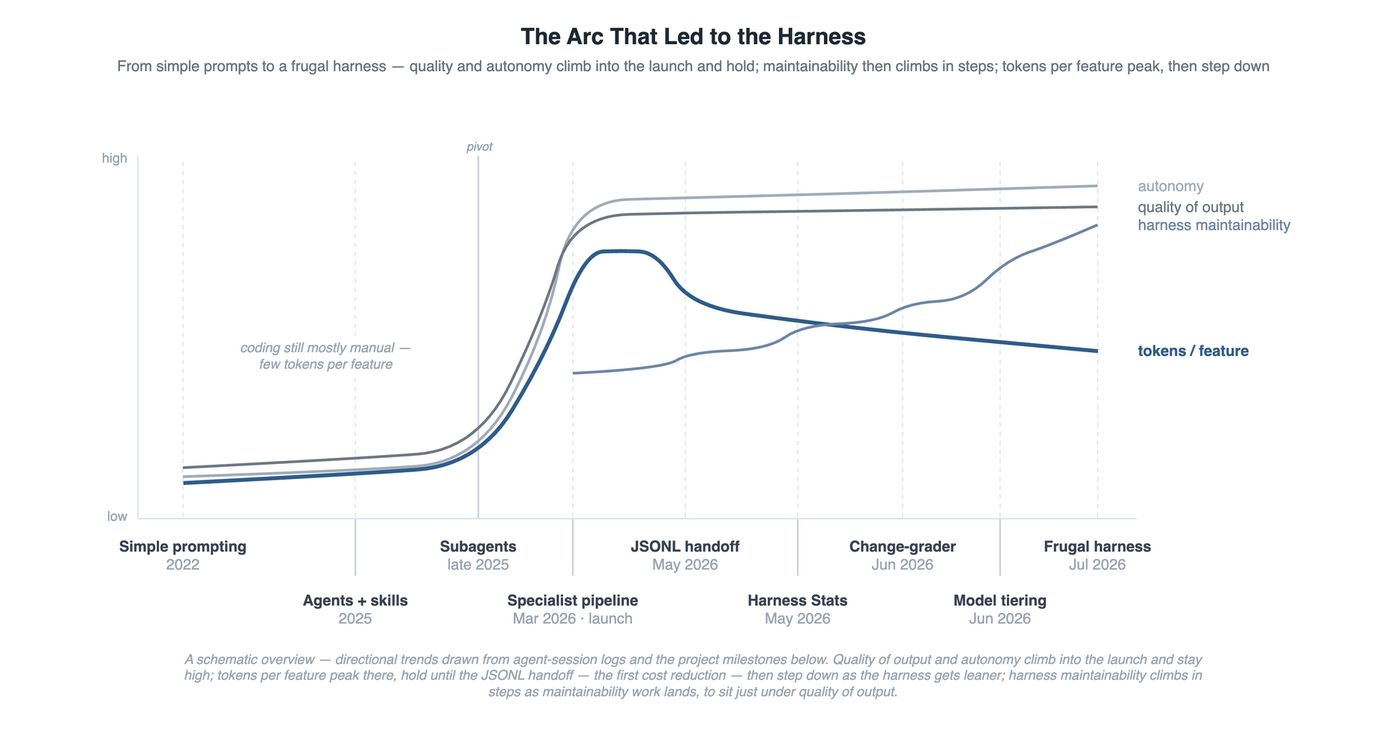
The draw.io diagram docs/images/research-arc.drawio.png in woditschka/agentic-coding-reference, before a commit. Source tidied: cells renumbered, new cells last; positions are measured from the earlier drawing's top-left corner, leaving out a move shared by most shapes.
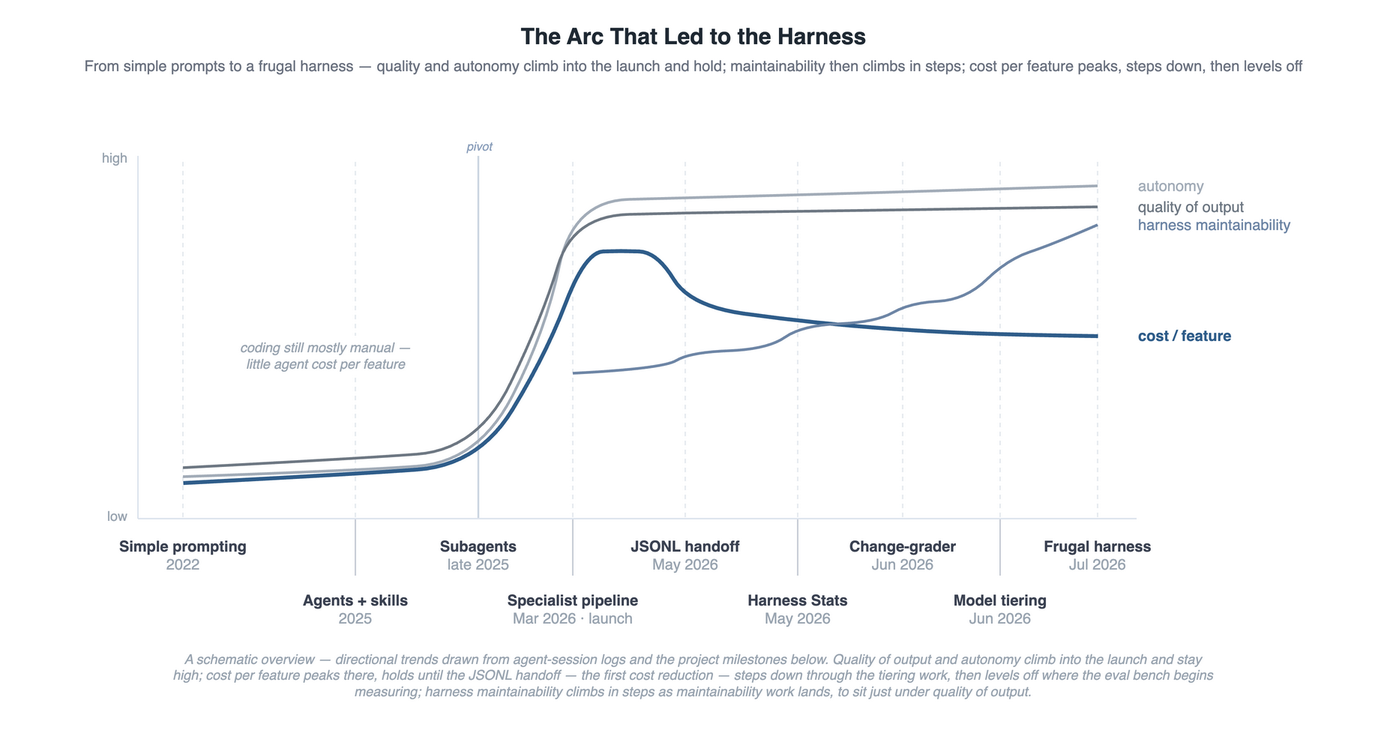
Above is the later version.

Change to the diagram source:
```diff
@@ -5,7 +5,7 @@
     <mxCell id="2" value="The Arc That Led to the Harness" style="text;html=1;align=center;verticalAlign=middle;fontSize=15;fontStyle=1;fontColor=#1F2933;" parent="1" vertex="1">
       <mxGeometry width="900" height="24" as="geometry" />
     </mxCell>
-    <mxCell id="3" value="From simple prompts to a frugal harness — quality and autonomy climb into the launch and hold; maintainability then climbs in steps; tokens per feature peak, then step down" style="text;html=1;align=center;verticalAlign=middle;fontSize=10;fontColor=#6B7280;" parent="1" vertex="1">
+    <mxCell id="3" value="From simple prompts to a frugal harness — quality and autonomy climb into the launch and hold; maintainability then climbs in steps; cost per feature peaks, steps down, then levels off" style="text;html=1;align=center;verticalAlign=middle;fontSize=10;fontColor=#6B7280;" parent="1" vertex="1">
       <mxGeometry y="25" width="900" height="14" as="geometry" />
     </mxCell>
     <mxCell id="4" style="endArrow=none;startArrow=none;html=1;strokeColor=#E7EBF0;strokeWidth=1;dashed=1;dashPattern=3 3;" parent="1" edge="1">
@@ -142,7 +142,7 @@
     <mxCell id="24" style="edgeStyle=none;curved=1;html=1;endArrow=none;startArrow=none;strokeColor=#2F5D8A;strokeWidth=2.6;" parent="1" edge="1">
       <mxGeometry relative="1" as="geometry">
         <mxPoint x="110" y="310" as="sourcePoint" />
-        <mxPoint x="720" y="222" as="targetPoint" />
+        <mxPoint x="720" y="212" as="targetPoint" />
         <Array as="points">
           <mxPoint x="225" y="304" />
           <mxPoint x="307" y="298" />
@@ -152,8 +152,8 @@
           <mxPoint x="426" y="156" />
           <mxPoint x="448" y="192" />
           <mxPoint x="520" y="202" />
-          <mxPoint x="590" y="210" />
-          <mxPoint x="655" y="216" />
+          <mxPoint x="590" y="208" />
+          <mxPoint x="655" y="211" />
         </Array>
       </mxGeometry>
     </mxCell>
@@ -180,13 +180,13 @@
     <mxCell id="27" value="quality of output" style="text;html=1;align=left;verticalAlign=middle;fontSize=10;fontColor=#6E7883;" parent="1" vertex="1">
       <mxGeometry x="745" y="119" width="130" height="14" as="geometry" />
     </mxCell>
-    <mxCell id="28" value="tokens / feature" style="text;html=1;align=left;verticalAlign=middle;fontSize=10;fontStyle=1;fontColor=#2F5D8A;" parent="1" vertex="1">
-      <mxGeometry x="745" y="215" width="130" height="14" as="geometry" />
+    <mxCell id="28" value="cost / feature" style="text;html=1;align=left;verticalAlign=middle;fontSize=10;fontStyle=1;fontColor=#2F5D8A;" parent="1" vertex="1">
+      <mxGeometry x="745" y="205" width="130" height="14" as="geometry" />
     </mxCell>
     <mxCell id="29" value="harness maintainability" style="text;html=1;align=left;verticalAlign=middle;fontSize=10;fontColor=#6E86A6;" parent="1" vertex="1">
       <mxGeometry x="745" y="131" width="150" height="14" as="geometry" />
     </mxCell>
-    <mxCell id="30" value="coding still mostly manual —&lt;br&gt;few tokens per feature" style="text;html=1;align=center;verticalAlign=middle;whiteSpace=wrap;fontSize=9;fontStyle=2;fontColor=#9AA5B1;fillColor=#FFFFFF;strokeColor=none;" parent="1" vertex="1">
+    <mxCell id="30" value="coding still mostly manual —&lt;br&gt;little agent cost per feature" style="text;html=1;align=center;verticalAlign=middle;whiteSpace=wrap;fontSize=9;fontStyle=2;fontColor=#9AA5B1;fillColor=#FFFFFF;strokeColor=none;" parent="1" vertex="1">
       <mxGeometry x="112" y="212" width="186" height="26" as="geometry" />
     </mxCell>
     <mxCell id="31" value="&lt;b&gt;Simple prompting&lt;/b&gt;&lt;br&gt;&lt;font color=&quot;#9AA5B1&quot;&gt;2022&lt;/font&gt;" style="text;html=1;align=center;verticalAlign=top;whiteSpace=wrap;fontSize=10;fontColor=#3B4252;" parent="1" vertex="1">
@@ -216,7 +216,7 @@
     <mxCell id="39" value="&lt;b&gt;Model tiering&lt;/b&gt;&lt;br&gt;&lt;font color=&quot;#9AA5B1&quot;&gt;Jun 2026&lt;/font&gt;" style="text;html=1;align=center;verticalAlign=top;whiteSpace=wrap;fontSize=10;fontColor=#3B4252;" parent="1" vertex="1">
       <mxGeometry x="597" y="376" width="116" height="28" as="geometry" />
     </mxCell>
-    <mxCell id="40" value="A schematic overview — directional trends drawn from agent-session logs and the project milestones below. Quality of output and autonomy climb into the launch and stay high; tokens per feature peak there, hold until the JSONL handoff — the first cost reduction — then step down as the harness gets leaner; harness maintainability climbs in steps as maintainability work lands, to sit just under quality of output." style="text;html=1;align=center;verticalAlign=middle;whiteSpace=wrap;fontSize=9;fontStyle=2;fontColor=#9AA5B1;" parent="1" vertex="1">
+    <mxCell id="40" value="A schematic overview — directional trends drawn from agent-session logs and the project milestones below. Quality of output and autonomy climb into the launch and stay high; cost per feature peaks there, holds until the JSONL handoff — the first cost reduction — steps down through the tiering work, then levels off where the eval bench begins measuring; harness maintainability climbs in steps as maintainability work lands, to sit just under quality of output." style="text;html=1;align=center;verticalAlign=middle;whiteSpace=wrap;fontSize=9;fontStyle=2;fontColor=#9AA5B1;" parent="1" vertex="1">
       <mxGeometry x="100" y="408" width="700" height="60" as="geometry" />
     </mxCell>
   </root>
```
